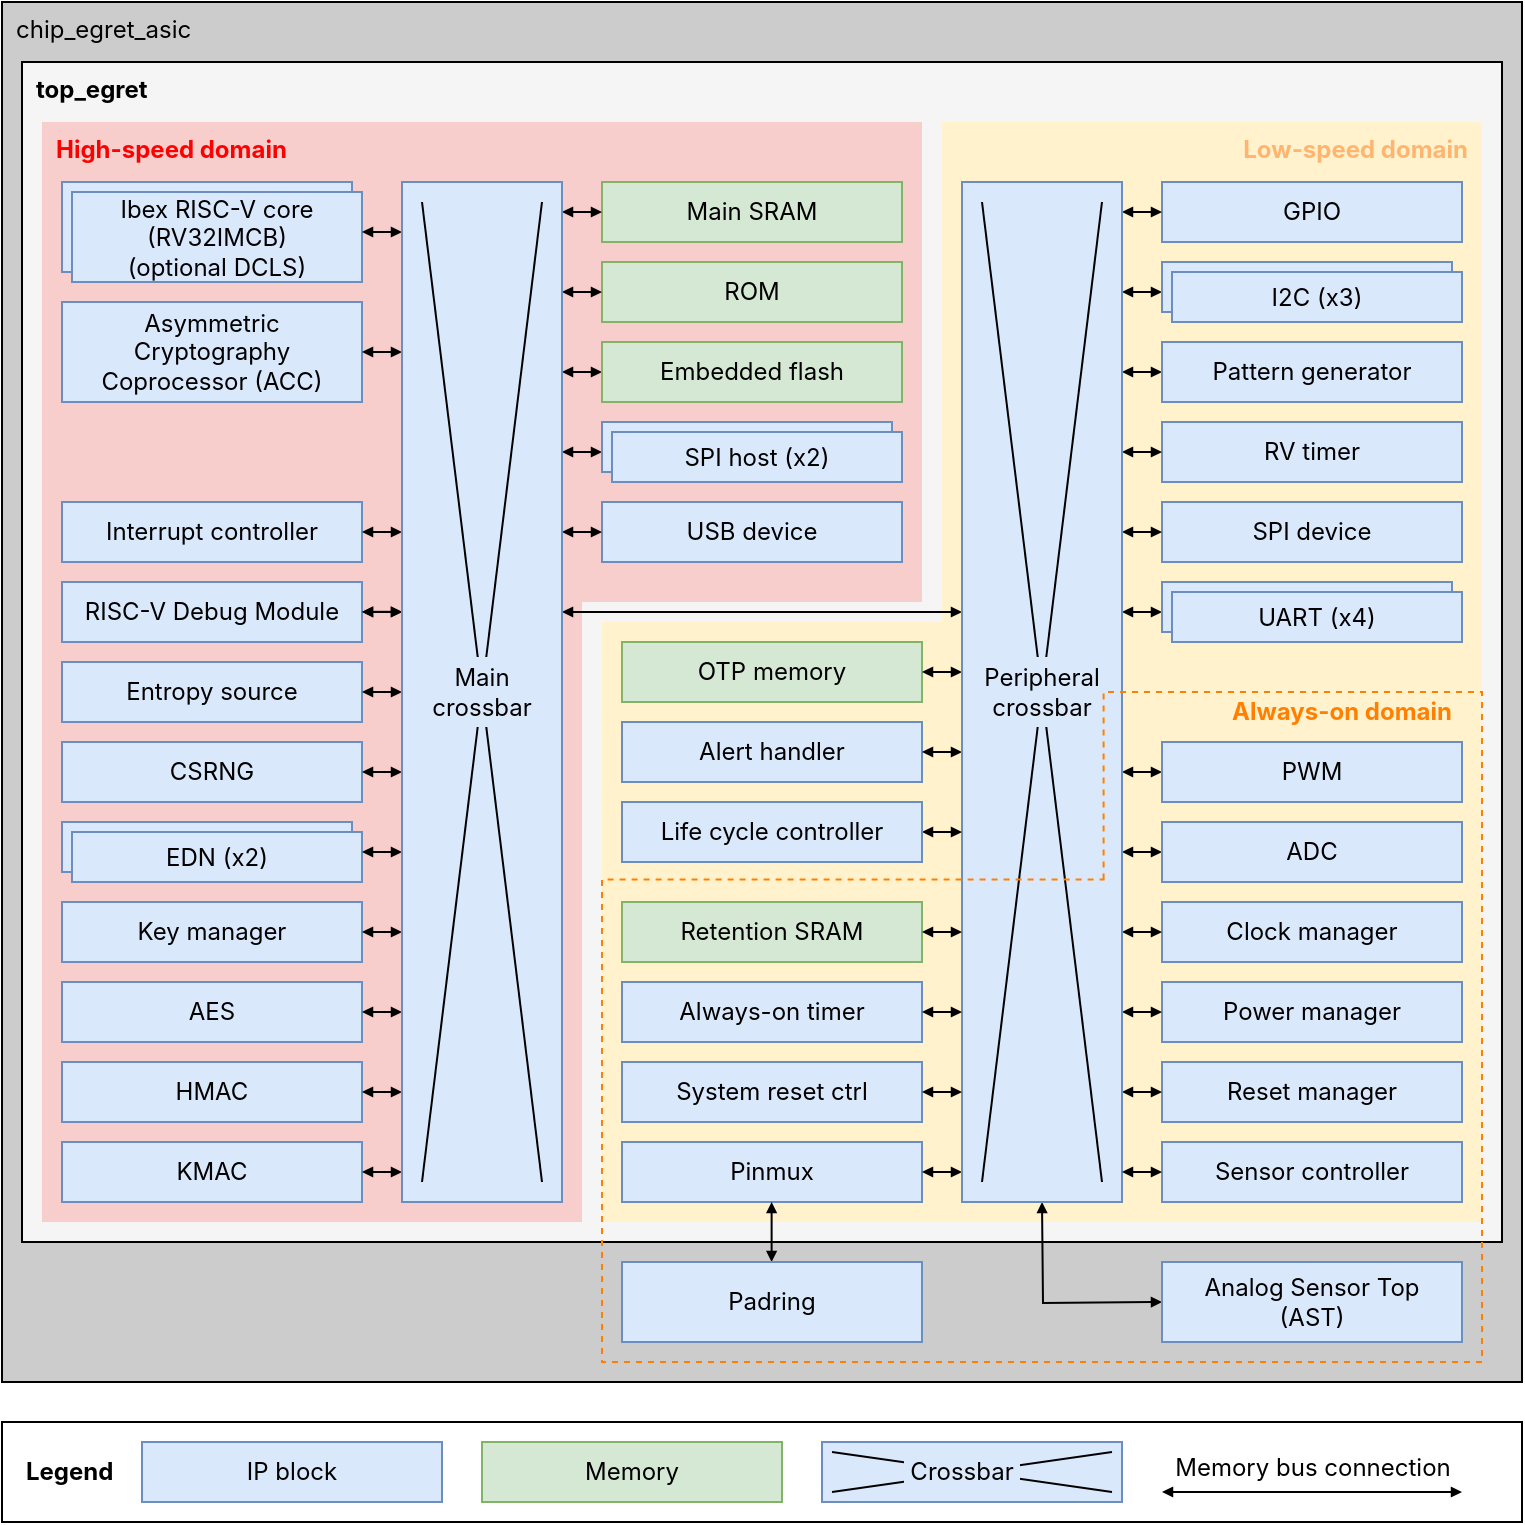
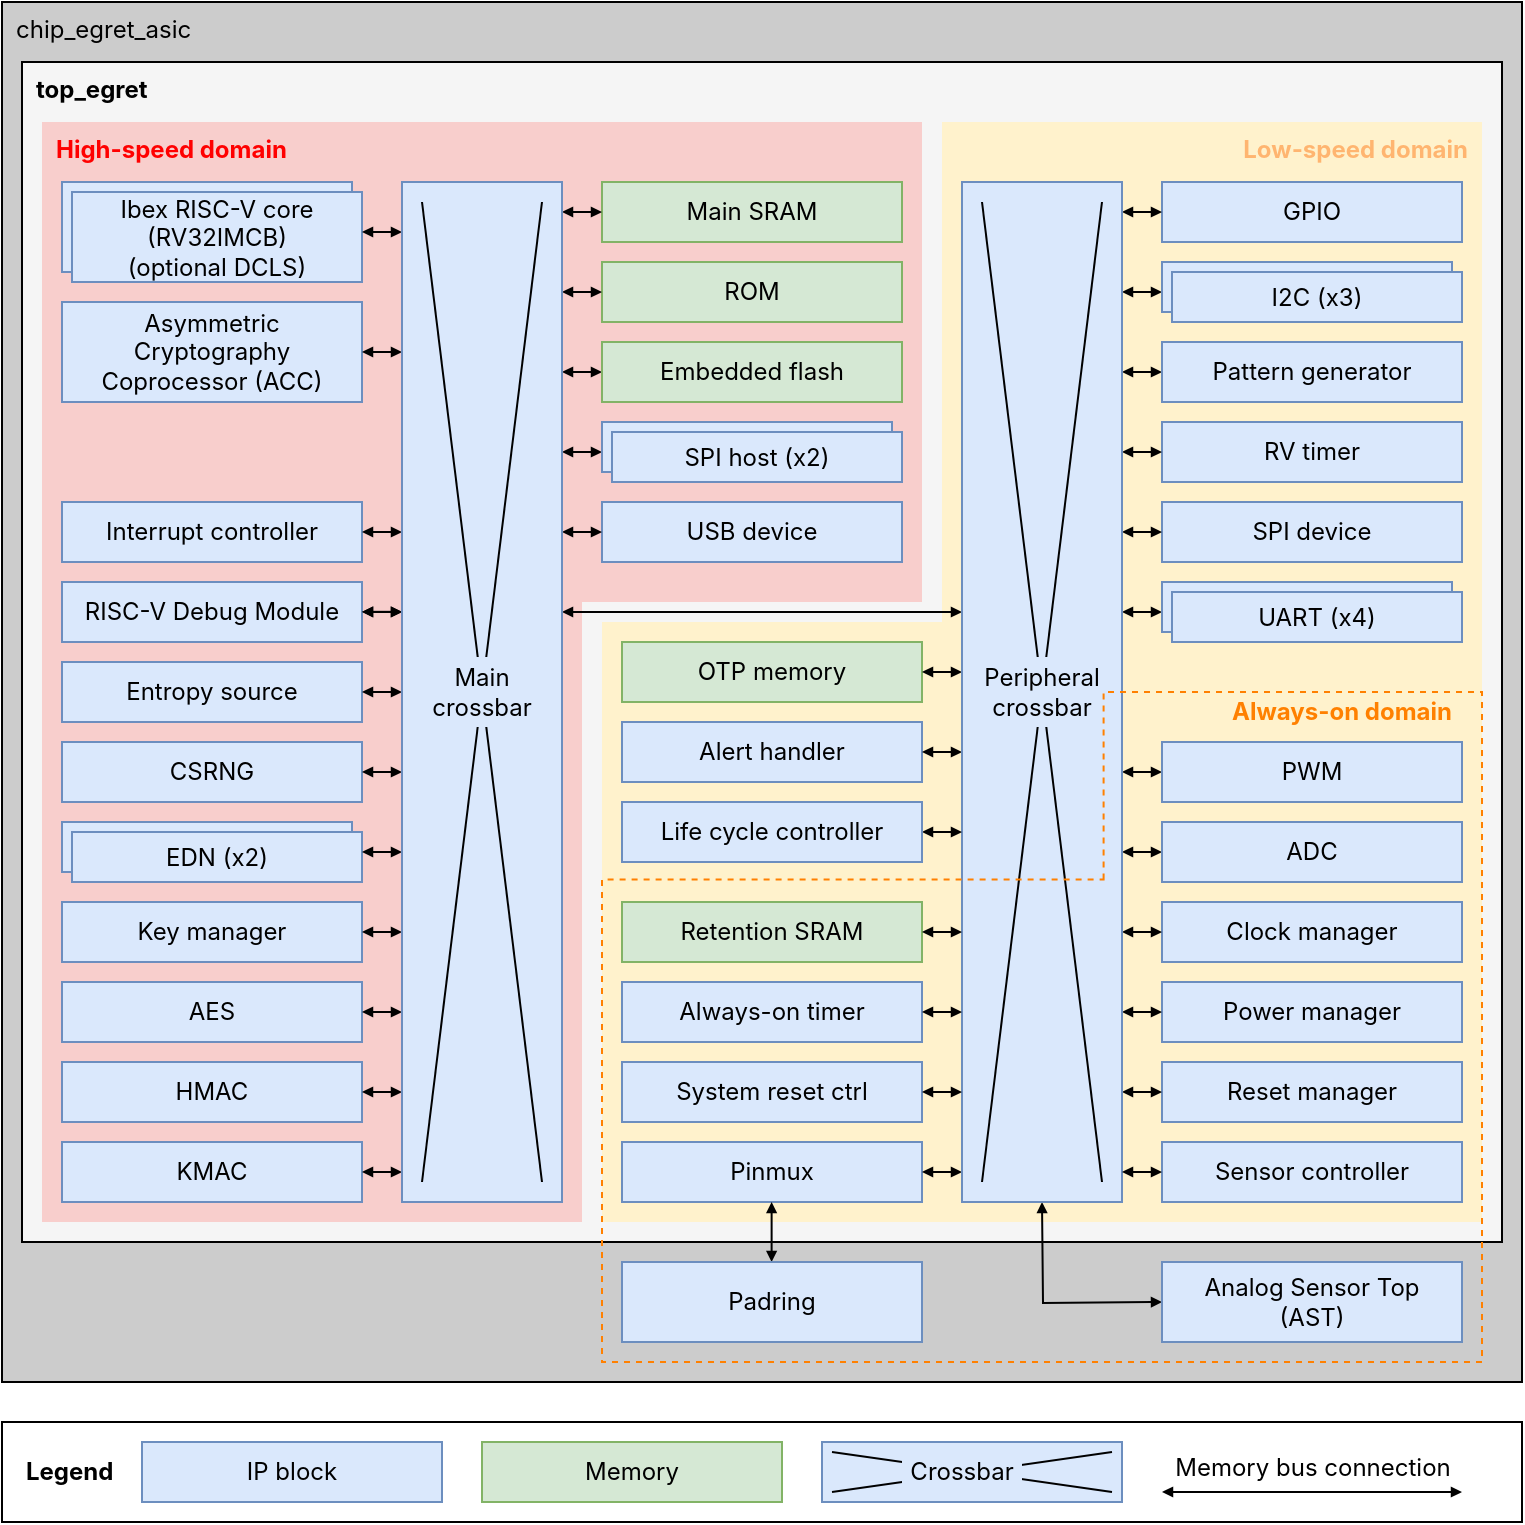
<mxfile host="app.diagrams.net">
  <diagram name="Page-1" id="MSztbGPcqC1q82uuUvVW">
-     <mxGraphModel dx="1010" dy="639" grid="1" gridSize="10" guides="1" tooltips="1" connect="0" arrows="0" fold="1" page="1" pageScale="1" pageWidth="1100" pageHeight="850" math="0" shadow="0">
+     <mxGraphModel dx="1414" dy="894" grid="1" gridSize="10" guides="1" tooltips="1" connect="0" arrows="0" fold="1" page="1" pageScale="1" pageWidth="1100" pageHeight="850" math="0" shadow="0">
      <root>
        <mxCell id="0" />
        <mxCell id="1" parent="0" />
        <mxCell id="y9GF8haSMmf8SIC3IKub-145" parent="1" style="rounded=0;whiteSpace=wrap;html=1;fontFamily=Inter;fontSize=12;fontColor=default;labelBackgroundColor=none;align=left;verticalAlign=top;spacingLeft=5;fillColor=#CCCCCC;fontSource=https%3A%2F%2Ffonts.googleapis.com%2Fcss%3Ffamily%3DInter;" value="chip_egret_asic" vertex="1">
          <mxGeometry height="690" width="760" x="40" y="40" as="geometry" />
        </mxCell>
        <mxCell id="y9GF8haSMmf8SIC3IKub-144" parent="1" style="rounded=0;whiteSpace=wrap;html=1;fontFamily=Inter;fontSize=12;fontColor=default;labelBackgroundColor=none;align=left;verticalAlign=top;spacingLeft=5;fillColor=#F5F5F5;fontSource=https%3A%2F%2Ffonts.googleapis.com%2Fcss%3Ffamily%3DInter;" value="&lt;div align=&quot;left&quot;&gt;&lt;b&gt;top_egret&lt;/b&gt;&lt;/div&gt;" vertex="1">
          <mxGeometry height="590" width="740" x="50" y="70" as="geometry" />
        </mxCell>
        <mxCell id="y9GF8haSMmf8SIC3IKub-72" parent="1" style="rounded=0;whiteSpace=wrap;html=1;fontFamily=Inter;fontSize=11;labelBackgroundColor=default;fillColor=#fff2cc;strokeColor=none;fontSource=https%3A%2F%2Ffonts.googleapis.com%2Fcss%3Ffamily%3DInter;" value="" vertex="1">
          <mxGeometry height="300" width="440" x="340" y="350" as="geometry" />
        </mxCell>
        <mxCell id="y9GF8haSMmf8SIC3IKub-71" parent="1" style="rounded=0;whiteSpace=wrap;html=1;fontFamily=Inter;fontSize=12;labelBackgroundColor=none;align=right;verticalAlign=top;spacingRight=5;fontStyle=1;fontSource=https%3A%2F%2Ffonts.googleapis.com%2Fcss%3Ffamily%3DInter;fillColor=#fff2cc;strokeColor=none;fontColor=#FFB570;" value="&lt;div align=&quot;right&quot;&gt;Low-speed domain&lt;/div&gt;" vertex="1">
          <mxGeometry height="250" width="270" x="510" y="100" as="geometry" />
        </mxCell>
        <mxCell id="y9GF8haSMmf8SIC3IKub-55" parent="1" style="rounded=0;whiteSpace=wrap;html=1;fontFamily=Inter;fontSize=12;labelBackgroundColor=none;align=left;imageVerticalAlign=middle;verticalAlign=top;fillColor=#f8cecc;strokeColor=none;fontColor=#FF0000;spacingLeft=5;spacingTop=0;fontSource=https%3A%2F%2Ffonts.googleapis.com%2Fcss%3Ffamily%3DInter;" value="&lt;div align=&quot;left&quot;&gt;&lt;br&gt;&lt;/div&gt;" vertex="1">
          <mxGeometry height="320" width="270" x="60" y="330" as="geometry" />
        </mxCell>
        <mxCell id="y9GF8haSMmf8SIC3IKub-53" parent="1" style="rounded=0;whiteSpace=wrap;html=1;fontFamily=Inter;fontSize=12;labelBackgroundColor=none;align=left;imageVerticalAlign=middle;verticalAlign=top;fillColor=#f8cecc;strokeColor=none;fontColor=#FF0000;spacingLeft=5;spacingTop=0;fontSource=https%3A%2F%2Ffonts.googleapis.com%2Fcss%3Ffamily%3DInter;" value="&lt;div align=&quot;left&quot;&gt;&lt;b&gt;&lt;font data-font-src=&quot;https://fonts.googleapis.com/css?family=Inter&quot;&gt;High-speed domain&lt;/font&gt;&lt;/b&gt;&lt;/div&gt;" vertex="1">
          <mxGeometry height="240" width="440" x="60" y="100" as="geometry" />
        </mxCell>
        <mxCell id="y9GF8haSMmf8SIC3IKub-6" parent="1" style="whiteSpace=wrap;html=1;container=0;dropTarget=0;portConstraint=none;fontFamily=Inter;fontSource=https%3A%2F%2Ffonts.googleapis.com%2Fcss%3Ffamily%3DInter;spacing=2;groupPadding=0;rounded=0;perimeterSpacing=0;perimeter=rectanglePerimeter;fillColor=#dae8fc;strokeColor=#6c8ebf;" value="RISC-V Debug Module" vertex="1">
          <mxGeometry height="30" width="150" x="70" y="330" as="geometry" />
        </mxCell>
        <mxCell id="y9GF8haSMmf8SIC3IKub-9" parent="1" style="whiteSpace=wrap;html=1;container=0;dropTarget=0;portConstraint=none;fontFamily=Inter;fontSource=https%3A%2F%2Ffonts.googleapis.com%2Fcss%3Ffamily%3DInter;spacing=2;groupPadding=0;rounded=0;perimeterSpacing=0;perimeter=rectanglePerimeter;fillColor=#dae8fc;strokeColor=#6c8ebf;" value="USB device" vertex="1">
          <mxGeometry height="30" width="150" x="340" y="290" as="geometry" />
        </mxCell>
        <mxCell id="y9GF8haSMmf8SIC3IKub-11" parent="1" style="whiteSpace=wrap;html=1;container=0;dropTarget=0;portConstraint=none;fontFamily=Inter;fontSource=https%3A%2F%2Ffonts.googleapis.com%2Fcss%3Ffamily%3DInter;spacing=2;groupPadding=0;rounded=0;perimeterSpacing=0;perimeter=rectanglePerimeter;fillColor=#dae8fc;strokeColor=#6c8ebf;" value="CSRNG" vertex="1">
          <mxGeometry height="30" width="150" x="70" y="410" as="geometry" />
        </mxCell>
        <mxCell id="y9GF8haSMmf8SIC3IKub-14" parent="1" style="whiteSpace=wrap;html=1;container=0;dropTarget=0;portConstraint=none;fontFamily=Inter;fontSource=https%3A%2F%2Ffonts.googleapis.com%2Fcss%3Ffamily%3DInter;spacing=2;groupPadding=0;rounded=0;perimeterSpacing=0;perimeter=rectanglePerimeter;fillColor=#dae8fc;strokeColor=#6c8ebf;" value="Key manager" vertex="1">
          <mxGeometry height="30" width="150" x="70" y="490" as="geometry" />
        </mxCell>
        <mxCell id="y9GF8haSMmf8SIC3IKub-15" parent="1" style="whiteSpace=wrap;html=1;container=0;dropTarget=0;portConstraint=none;fontFamily=Inter;fontSource=https%3A%2F%2Ffonts.googleapis.com%2Fcss%3Ffamily%3DInter;spacing=2;groupPadding=0;rounded=0;perimeterSpacing=0;perimeter=rectanglePerimeter;fillColor=#dae8fc;strokeColor=#6c8ebf;" value="AES" vertex="1">
          <mxGeometry height="30" width="150" x="70" y="530" as="geometry" />
        </mxCell>
        <mxCell id="y9GF8haSMmf8SIC3IKub-16" parent="1" style="whiteSpace=wrap;html=1;container=0;dropTarget=0;portConstraint=none;fontFamily=Inter;fontSource=https%3A%2F%2Ffonts.googleapis.com%2Fcss%3Ffamily%3DInter;spacing=2;groupPadding=0;rounded=0;perimeterSpacing=0;perimeter=rectanglePerimeter;fillColor=#dae8fc;strokeColor=#6c8ebf;" value="HMAC" vertex="1">
          <mxGeometry height="30" width="150" x="70" y="570" as="geometry" />
        </mxCell>
        <mxCell id="y9GF8haSMmf8SIC3IKub-17" parent="1" style="whiteSpace=wrap;html=1;container=0;dropTarget=0;portConstraint=none;fontFamily=Inter;fontSource=https%3A%2F%2Ffonts.googleapis.com%2Fcss%3Ffamily%3DInter;spacing=2;groupPadding=0;rounded=0;perimeterSpacing=0;perimeter=rectanglePerimeter;fillColor=#dae8fc;strokeColor=#6c8ebf;" value="KMAC" vertex="1">
          <mxGeometry height="30" width="150" x="70" y="610" as="geometry" />
        </mxCell>
        <mxCell id="y9GF8haSMmf8SIC3IKub-18" parent="1" style="whiteSpace=wrap;html=1;container=0;dropTarget=0;portConstraint=none;fontFamily=Inter;fontSource=https%3A%2F%2Ffonts.googleapis.com%2Fcss%3Ffamily%3DInter;spacing=2;groupPadding=0;rounded=0;perimeterSpacing=0;perimeter=rectanglePerimeter;fillColor=#d5e8d4;strokeColor=#82b366;" value="Main SRAM" vertex="1">
          <mxGeometry height="30" width="150" x="340" y="130" as="geometry" />
        </mxCell>
        <mxCell id="y9GF8haSMmf8SIC3IKub-20" parent="1" style="whiteSpace=wrap;html=1;container=0;dropTarget=0;portConstraint=none;fontFamily=Inter;fontSource=https%3A%2F%2Ffonts.googleapis.com%2Fcss%3Ffamily%3DInter;spacing=2;groupPadding=0;rounded=0;perimeterSpacing=0;perimeter=rectanglePerimeter;fillColor=#dae8fc;strokeColor=#6c8ebf;" value="Interrupt controller" vertex="1">
          <mxGeometry height="30" width="150" x="70" y="290" as="geometry" />
        </mxCell>
        <mxCell id="y9GF8haSMmf8SIC3IKub-38" parent="1" style="whiteSpace=wrap;html=1;container=0;dropTarget=0;portConstraint=none;fontFamily=Inter;fontSource=https%3A%2F%2Ffonts.googleapis.com%2Fcss%3Ffamily%3DInter;spacing=2;groupPadding=0;rounded=0;perimeterSpacing=0;perimeter=rectanglePerimeter;fillColor=#d5e8d4;strokeColor=#82b366;" value="OTP memory" vertex="1">
          <mxGeometry height="30" width="150" x="350" y="360" as="geometry" />
        </mxCell>
        <mxCell id="y9GF8haSMmf8SIC3IKub-39" parent="1" style="whiteSpace=wrap;html=1;container=0;dropTarget=0;portConstraint=none;fontFamily=Inter;fontSource=https%3A%2F%2Ffonts.googleapis.com%2Fcss%3Ffamily%3DInter;spacing=2;groupPadding=0;rounded=0;perimeterSpacing=0;perimeter=rectanglePerimeter;fillColor=#dae8fc;strokeColor=#6c8ebf;" value="Alert handler" vertex="1">
          <mxGeometry height="30" width="150" x="350" y="400" as="geometry" />
        </mxCell>
        <mxCell id="y9GF8haSMmf8SIC3IKub-40" parent="1" style="whiteSpace=wrap;html=1;container=0;dropTarget=0;portConstraint=none;fontFamily=Inter;fontSource=https%3A%2F%2Ffonts.googleapis.com%2Fcss%3Ffamily%3DInter;spacing=2;groupPadding=0;rounded=0;perimeterSpacing=0;perimeter=rectanglePerimeter;fillColor=#dae8fc;strokeColor=#6c8ebf;" value="Pinmux" vertex="1">
          <mxGeometry height="30" width="150" x="350" y="610" as="geometry" />
        </mxCell>
        <mxCell id="y9GF8haSMmf8SIC3IKub-52" parent="1" style="whiteSpace=wrap;html=1;container=0;dropTarget=0;portConstraint=none;fontFamily=Inter;fontSource=https%3A%2F%2Ffonts.googleapis.com%2Fcss%3Ffamily%3DInter;spacing=2;groupPadding=0;rounded=0;perimeterSpacing=0;perimeter=rectanglePerimeter;fillColor=#d5e8d4;strokeColor=#82b366;" value="ROM" vertex="1">
          <mxGeometry height="30" width="150" x="340" y="170" as="geometry" />
        </mxCell>
        <mxCell id="y9GF8haSMmf8SIC3IKub-1" parent="1" style="whiteSpace=wrap;html=1;container=0;dropTarget=0;portConstraint=none;fontFamily=Inter;fontSource=https%3A%2F%2Ffonts.googleapis.com%2Fcss%3Ffamily%3DInter;spacing=2;groupPadding=0;rounded=0;perimeterSpacing=0;perimeter=rectanglePerimeter;fillColor=#dae8fc;strokeColor=#6c8ebf;" value="Asymmetric Cryptography Coprocessor (ACC)" vertex="1">
          <mxGeometry height="50" width="150" x="70" y="190" as="geometry" />
        </mxCell>
        <mxCell id="y9GF8haSMmf8SIC3IKub-57" parent="1" style="whiteSpace=wrap;html=1;container=0;dropTarget=0;portConstraint=none;fontFamily=Inter;fontSource=https%3A%2F%2Ffonts.googleapis.com%2Fcss%3Ffamily%3DInter;spacing=2;groupPadding=0;rounded=0;perimeterSpacing=0;perimeter=rectanglePerimeter;fillColor=#dae8fc;strokeColor=#6c8ebf;" value="GPIO" vertex="1">
          <mxGeometry height="30" width="150" x="620" y="130" as="geometry" />
        </mxCell>
        <mxCell id="y9GF8haSMmf8SIC3IKub-61" parent="1" style="whiteSpace=wrap;html=1;container=0;dropTarget=0;portConstraint=none;fontFamily=Inter;fontSource=https%3A%2F%2Ffonts.googleapis.com%2Fcss%3Ffamily%3DInter;spacing=2;groupPadding=0;rounded=0;perimeterSpacing=0;perimeter=rectanglePerimeter;fillColor=#dae8fc;strokeColor=#6c8ebf;" value="SPI device" vertex="1">
          <mxGeometry height="30" width="150" x="620" y="290" as="geometry" />
        </mxCell>
        <mxCell id="y9GF8haSMmf8SIC3IKub-64" parent="1" style="whiteSpace=wrap;html=1;container=0;dropTarget=0;portConstraint=none;fontFamily=Inter;fontSource=https%3A%2F%2Ffonts.googleapis.com%2Fcss%3Ffamily%3DInter;spacing=2;groupPadding=0;rounded=0;perimeterSpacing=0;perimeter=rectanglePerimeter;fillColor=#dae8fc;strokeColor=#6c8ebf;" value="RV timer" vertex="1">
          <mxGeometry height="30" width="150" x="620" y="250" as="geometry" />
        </mxCell>
        <mxCell id="y9GF8haSMmf8SIC3IKub-65" parent="1" style="whiteSpace=wrap;html=1;container=0;dropTarget=0;portConstraint=none;fontFamily=Inter;fontSource=https%3A%2F%2Ffonts.googleapis.com%2Fcss%3Ffamily%3DInter;spacing=2;groupPadding=0;rounded=0;perimeterSpacing=0;perimeter=rectanglePerimeter;fillColor=#d5e8d4;strokeColor=#82b366;" value="Retention SRAM" vertex="1">
          <mxGeometry height="30" width="150" x="350" y="490" as="geometry" />
        </mxCell>
        <mxCell id="y9GF8haSMmf8SIC3IKub-66" parent="1" style="whiteSpace=wrap;html=1;container=0;dropTarget=0;portConstraint=none;fontFamily=Inter;fontSource=https%3A%2F%2Ffonts.googleapis.com%2Fcss%3Ffamily%3DInter;spacing=2;groupPadding=0;rounded=0;perimeterSpacing=0;perimeter=rectanglePerimeter;fillColor=#dae8fc;strokeColor=#6c8ebf;" value="Reset manager" vertex="1">
          <mxGeometry height="30" width="150" x="620" y="570" as="geometry" />
        </mxCell>
        <mxCell id="y9GF8haSMmf8SIC3IKub-67" parent="1" style="whiteSpace=wrap;html=1;container=0;dropTarget=0;portConstraint=none;fontFamily=Inter;fontSource=https%3A%2F%2Ffonts.googleapis.com%2Fcss%3Ffamily%3DInter;spacing=2;groupPadding=0;rounded=0;perimeterSpacing=0;perimeter=rectanglePerimeter;fillColor=#dae8fc;strokeColor=#6c8ebf;" value="Power manager" vertex="1">
          <mxGeometry height="30" width="150" x="620" y="530" as="geometry" />
        </mxCell>
        <mxCell id="y9GF8haSMmf8SIC3IKub-68" parent="1" style="whiteSpace=wrap;html=1;container=0;dropTarget=0;portConstraint=none;fontFamily=Inter;fontSource=https%3A%2F%2Ffonts.googleapis.com%2Fcss%3Ffamily%3DInter;spacing=2;groupPadding=0;rounded=0;perimeterSpacing=0;perimeter=rectanglePerimeter;fillColor=#dae8fc;strokeColor=#6c8ebf;" value="Clock manager" vertex="1">
          <mxGeometry height="30" width="150" x="620" y="490" as="geometry" />
        </mxCell>
        <mxCell id="y9GF8haSMmf8SIC3IKub-69" parent="1" style="whiteSpace=wrap;html=1;container=0;dropTarget=0;portConstraint=none;fontFamily=Inter;fontSource=https%3A%2F%2Ffonts.googleapis.com%2Fcss%3Ffamily%3DInter;spacing=2;groupPadding=0;rounded=0;perimeterSpacing=0;perimeter=rectanglePerimeter;fillColor=#dae8fc;strokeColor=#6c8ebf;" value="Always-on timer" vertex="1">
          <mxGeometry height="30" width="150" x="350" y="530" as="geometry" />
        </mxCell>
        <mxCell id="y9GF8haSMmf8SIC3IKub-70" parent="1" style="text;html=1;whiteSpace=wrap;strokeColor=none;fillColor=none;align=center;verticalAlign=middle;rounded=0;fontFamily=Inter;fontSize=12;fontColor=#FF8000;labelBackgroundColor=none;fontStyle=1;fontSource=https%3A%2F%2Ffonts.googleapis.com%2Fcss%3Ffamily%3DInter;" value="Always-on domain" vertex="1">
          <mxGeometry height="20" width="120" x="650" y="385" as="geometry" />
        </mxCell>
        <mxCell id="y9GF8haSMmf8SIC3IKub-10" parent="1" style="whiteSpace=wrap;html=1;container=0;dropTarget=0;portConstraint=none;fontFamily=Inter;fontSource=https%3A%2F%2Ffonts.googleapis.com%2Fcss%3Ffamily%3DInter;spacing=2;groupPadding=0;rounded=0;perimeterSpacing=0;perimeter=rectanglePerimeter;fillColor=#dae8fc;strokeColor=#6c8ebf;" value="&lt;div&gt;Entropy source&lt;/div&gt;" vertex="1">
          <mxGeometry height="30" width="150" x="70" y="370" as="geometry" />
        </mxCell>
        <mxCell id="y9GF8haSMmf8SIC3IKub-22" connectable="0" parent="1" style="group;fontFamily=Inter;fontSource=https%3A%2F%2Ffonts.googleapis.com%2Fcss%3Ffamily%3DInter;" value="" vertex="1">
          <mxGeometry height="30" width="150" x="70" y="450" as="geometry" />
        </mxCell>
        <mxCell id="y9GF8haSMmf8SIC3IKub-12" parent="y9GF8haSMmf8SIC3IKub-22" style="whiteSpace=wrap;html=1;container=0;dropTarget=0;portConstraint=none;fontFamily=Inter;fontSource=https%3A%2F%2Ffonts.googleapis.com%2Fcss%3Ffamily%3DInter;spacing=2;groupPadding=0;rounded=0;perimeterSpacing=0;perimeter=rectanglePerimeter;fillColor=#dae8fc;strokeColor=#6c8ebf;" value="" vertex="1">
          <mxGeometry height="25" width="145" as="geometry" />
        </mxCell>
        <mxCell id="y9GF8haSMmf8SIC3IKub-13" parent="y9GF8haSMmf8SIC3IKub-22" style="whiteSpace=wrap;html=1;container=0;dropTarget=0;portConstraint=none;fontFamily=Inter;fontSource=https%3A%2F%2Ffonts.googleapis.com%2Fcss%3Ffamily%3DInter;spacing=2;groupPadding=0;rounded=0;perimeterSpacing=0;perimeter=rectanglePerimeter;fillColor=#dae8fc;strokeColor=#6c8ebf;" value="EDN (x2)" vertex="1">
          <mxGeometry height="25" width="145" x="5" y="5" as="geometry" />
        </mxCell>
        <mxCell id="y9GF8haSMmf8SIC3IKub-75" connectable="0" parent="1" style="group;fontFamily=Inter;fontSource=https%3A%2F%2Ffonts.googleapis.com%2Fcss%3Ffamily%3DInter;" value="" vertex="1">
          <mxGeometry height="50" width="150" x="70" y="130" as="geometry" />
        </mxCell>
        <mxCell id="y9GF8haSMmf8SIC3IKub-7" parent="y9GF8haSMmf8SIC3IKub-75" style="rounded=0;whiteSpace=wrap;html=1;fontFamily=Inter;fontSource=https%3A%2F%2Ffonts.googleapis.com%2Fcss%3Ffamily%3DInter;fillColor=#dae8fc;strokeColor=#6c8ebf;" value="" vertex="1">
          <mxGeometry height="45" width="145" as="geometry" />
        </mxCell>
        <mxCell id="y9GF8haSMmf8SIC3IKub-4" parent="y9GF8haSMmf8SIC3IKub-75" style="rounded=0;whiteSpace=wrap;html=1;fontFamily=Inter;fontSource=https%3A%2F%2Ffonts.googleapis.com%2Fcss%3Ffamily%3DInter;fillColor=#dae8fc;strokeColor=#6c8ebf;" value="&lt;div&gt;Ibex RISC-V core&lt;/div&gt;&lt;div&gt;(RV32IMCB)&lt;/div&gt;&lt;div&gt;(optional DCLS)&lt;/div&gt;" vertex="1">
          <mxGeometry height="45" width="145" x="5" y="5" as="geometry" />
        </mxCell>
        <mxCell id="y9GF8haSMmf8SIC3IKub-76" edge="1" parent="1" style="endArrow=block;startArrow=block;html=1;rounded=1;strokeColor=default;align=center;verticalAlign=middle;fontFamily=Inter;fontSize=11;fontColor=default;labelBackgroundColor=default;startSize=3;endSize=3;startFill=1;endFill=1;fontSource=https%3A%2F%2Ffonts.googleapis.com%2Fcss%3Ffamily%3DInter;" value="">
          <mxGeometry height="50" relative="1" width="50" as="geometry">
            <mxPoint x="320" y="344.9999999999999" as="sourcePoint" />
            <mxPoint x="520" y="344.9999999999999" as="targetPoint" />
          </mxGeometry>
        </mxCell>
        <mxCell id="y9GF8haSMmf8SIC3IKub-88" edge="1" parent="1" style="endArrow=block;startArrow=block;html=1;rounded=1;strokeColor=default;align=center;verticalAlign=middle;fontFamily=Inter;fontSize=11;fontColor=default;labelBackgroundColor=default;startSize=3;endSize=3;startFill=1;endFill=1;entryX=0;entryY=0.545;entryDx=0;entryDy=0;entryPerimeter=0;fontSource=https%3A%2F%2Ffonts.googleapis.com%2Fcss%3Ffamily%3DInter;" value="">
          <mxGeometry height="50" relative="1" width="50" as="geometry">
            <mxPoint x="220" y="465" as="sourcePoint" />
            <mxPoint x="240" y="465" as="targetPoint" />
          </mxGeometry>
        </mxCell>
        <mxCell id="y9GF8haSMmf8SIC3IKub-89" edge="1" parent="1" style="endArrow=block;startArrow=block;html=1;rounded=1;strokeColor=default;align=center;verticalAlign=middle;fontFamily=Inter;fontSize=11;fontColor=default;labelBackgroundColor=default;startSize=3;endSize=3;startFill=1;endFill=1;entryX=0;entryY=0.545;entryDx=0;entryDy=0;entryPerimeter=0;fontSource=https%3A%2F%2Ffonts.googleapis.com%2Fcss%3Ffamily%3DInter;" value="">
          <mxGeometry height="50" relative="1" width="50" as="geometry">
            <mxPoint x="220" y="425" as="sourcePoint" />
            <mxPoint x="240" y="425" as="targetPoint" />
          </mxGeometry>
        </mxCell>
        <mxCell id="y9GF8haSMmf8SIC3IKub-91" edge="1" parent="1" style="endArrow=block;startArrow=block;html=1;rounded=1;strokeColor=default;align=center;verticalAlign=middle;fontFamily=Inter;fontSize=11;fontColor=default;labelBackgroundColor=default;startSize=3;endSize=3;startFill=1;endFill=1;entryX=0;entryY=0.545;entryDx=0;entryDy=0;entryPerimeter=0;fontSource=https%3A%2F%2Ffonts.googleapis.com%2Fcss%3Ffamily%3DInter;" value="">
          <mxGeometry height="50" relative="1" width="50" as="geometry">
            <mxPoint x="220" y="385" as="sourcePoint" />
            <mxPoint x="240" y="385" as="targetPoint" />
          </mxGeometry>
        </mxCell>
        <mxCell id="y9GF8haSMmf8SIC3IKub-92" edge="1" parent="1" style="endArrow=block;startArrow=block;html=1;rounded=1;strokeColor=default;align=center;verticalAlign=middle;fontFamily=Inter;fontSize=11;fontColor=default;labelBackgroundColor=default;startSize=3;endSize=3;startFill=1;endFill=1;entryX=0;entryY=0.545;entryDx=0;entryDy=0;entryPerimeter=0;fontSource=https%3A%2F%2Ffonts.googleapis.com%2Fcss%3Ffamily%3DInter;" value="">
          <mxGeometry height="50" relative="1" width="50" as="geometry">
            <mxPoint x="220" y="344.91" as="sourcePoint" />
            <mxPoint x="240" y="344.91" as="targetPoint" />
          </mxGeometry>
        </mxCell>
        <mxCell id="y9GF8haSMmf8SIC3IKub-93" edge="1" parent="1" style="endArrow=block;startArrow=block;html=1;rounded=1;strokeColor=default;align=center;verticalAlign=middle;fontFamily=Inter;fontSize=11;fontColor=default;labelBackgroundColor=default;startSize=3;endSize=3;startFill=1;endFill=1;entryX=0;entryY=0.545;entryDx=0;entryDy=0;entryPerimeter=0;fontSource=https%3A%2F%2Ffonts.googleapis.com%2Fcss%3Ffamily%3DInter;" value="">
          <mxGeometry height="50" relative="1" width="50" as="geometry">
            <mxPoint x="220" y="305" as="sourcePoint" />
            <mxPoint x="240" y="305" as="targetPoint" />
          </mxGeometry>
        </mxCell>
        <mxCell id="y9GF8haSMmf8SIC3IKub-95" edge="1" parent="1" style="endArrow=block;startArrow=block;html=1;rounded=1;strokeColor=default;align=center;verticalAlign=middle;fontFamily=Inter;fontSize=11;fontColor=default;labelBackgroundColor=default;startSize=3;endSize=3;startFill=1;endFill=1;entryX=0;entryY=0.545;entryDx=0;entryDy=0;entryPerimeter=0;fontSource=https%3A%2F%2Ffonts.googleapis.com%2Fcss%3Ffamily%3DInter;" value="">
          <mxGeometry height="50" relative="1" width="50" as="geometry">
            <mxPoint x="220" y="345" as="sourcePoint" />
            <mxPoint x="240" y="345" as="targetPoint" />
          </mxGeometry>
        </mxCell>
        <mxCell id="y9GF8haSMmf8SIC3IKub-97" edge="1" parent="1" style="endArrow=block;startArrow=block;html=1;rounded=1;strokeColor=default;align=center;verticalAlign=middle;fontFamily=Inter;fontSize=11;fontColor=default;labelBackgroundColor=default;startSize=3;endSize=3;startFill=1;endFill=1;entryX=0;entryY=0.545;entryDx=0;entryDy=0;entryPerimeter=0;fontSource=https%3A%2F%2Ffonts.googleapis.com%2Fcss%3Ffamily%3DInter;" value="">
          <mxGeometry height="50" relative="1" width="50" as="geometry">
            <mxPoint x="220" y="215" as="sourcePoint" />
            <mxPoint x="240" y="215" as="targetPoint" />
          </mxGeometry>
        </mxCell>
        <mxCell id="y9GF8haSMmf8SIC3IKub-98" edge="1" parent="1" style="endArrow=block;startArrow=block;html=1;rounded=1;strokeColor=default;align=center;verticalAlign=middle;fontFamily=Inter;fontSize=11;fontColor=default;labelBackgroundColor=default;startSize=3;endSize=3;startFill=1;endFill=1;entryX=0;entryY=0.545;entryDx=0;entryDy=0;entryPerimeter=0;fontSource=https%3A%2F%2Ffonts.googleapis.com%2Fcss%3Ffamily%3DInter;" value="">
          <mxGeometry height="50" relative="1" width="50" as="geometry">
            <mxPoint x="220" y="155" as="sourcePoint" />
            <mxPoint x="240" y="155" as="targetPoint" />
          </mxGeometry>
        </mxCell>
        <mxCell id="y9GF8haSMmf8SIC3IKub-101" edge="1" parent="1" style="endArrow=block;startArrow=block;html=1;rounded=1;strokeColor=default;align=center;verticalAlign=middle;fontFamily=Inter;fontSize=11;fontColor=default;labelBackgroundColor=default;startSize=3;endSize=3;startFill=1;endFill=1;entryX=0;entryY=0.545;entryDx=0;entryDy=0;entryPerimeter=0;fontSource=https%3A%2F%2Ffonts.googleapis.com%2Fcss%3Ffamily%3DInter;" value="">
          <mxGeometry height="50" relative="1" width="50" as="geometry">
            <mxPoint x="320" y="145" as="sourcePoint" />
            <mxPoint x="340" y="145" as="targetPoint" />
          </mxGeometry>
        </mxCell>
        <mxCell id="y9GF8haSMmf8SIC3IKub-102" edge="1" parent="1" style="endArrow=block;startArrow=block;html=1;rounded=1;strokeColor=default;align=center;verticalAlign=middle;fontFamily=Inter;fontSize=11;fontColor=default;labelBackgroundColor=default;startSize=3;endSize=3;startFill=1;endFill=1;entryX=0;entryY=0.545;entryDx=0;entryDy=0;entryPerimeter=0;fontSource=https%3A%2F%2Ffonts.googleapis.com%2Fcss%3Ffamily%3DInter;" value="">
          <mxGeometry height="50" relative="1" width="50" as="geometry">
            <mxPoint x="320" y="185" as="sourcePoint" />
            <mxPoint x="340" y="185" as="targetPoint" />
          </mxGeometry>
        </mxCell>
        <mxCell id="y9GF8haSMmf8SIC3IKub-103" edge="1" parent="1" style="endArrow=block;startArrow=block;html=1;rounded=1;strokeColor=default;align=center;verticalAlign=middle;fontFamily=Inter;fontSize=11;fontColor=default;labelBackgroundColor=default;startSize=3;endSize=3;startFill=1;endFill=1;entryX=0;entryY=0.545;entryDx=0;entryDy=0;entryPerimeter=0;fontSource=https%3A%2F%2Ffonts.googleapis.com%2Fcss%3Ffamily%3DInter;" value="">
          <mxGeometry height="50" relative="1" width="50" as="geometry">
            <mxPoint x="320" y="225" as="sourcePoint" />
            <mxPoint x="340" y="225" as="targetPoint" />
          </mxGeometry>
        </mxCell>
        <mxCell id="y9GF8haSMmf8SIC3IKub-104" edge="1" parent="1" style="endArrow=block;startArrow=block;html=1;rounded=1;strokeColor=default;align=center;verticalAlign=middle;fontFamily=Inter;fontSize=11;fontColor=default;labelBackgroundColor=default;startSize=3;endSize=3;startFill=1;endFill=1;entryX=0;entryY=0.545;entryDx=0;entryDy=0;entryPerimeter=0;fontSource=https%3A%2F%2Ffonts.googleapis.com%2Fcss%3Ffamily%3DInter;" value="">
          <mxGeometry height="50" relative="1" width="50" as="geometry">
            <mxPoint x="320" y="265" as="sourcePoint" />
            <mxPoint x="340" y="265" as="targetPoint" />
          </mxGeometry>
        </mxCell>
        <mxCell id="y9GF8haSMmf8SIC3IKub-105" edge="1" parent="1" style="endArrow=block;startArrow=block;html=1;rounded=1;strokeColor=default;align=center;verticalAlign=middle;fontFamily=Inter;fontSize=11;fontColor=default;labelBackgroundColor=default;startSize=3;endSize=3;startFill=1;endFill=1;entryX=0;entryY=0.545;entryDx=0;entryDy=0;entryPerimeter=0;fontSource=https%3A%2F%2Ffonts.googleapis.com%2Fcss%3Ffamily%3DInter;" value="">
          <mxGeometry height="50" relative="1" width="50" as="geometry">
            <mxPoint x="320" y="305" as="sourcePoint" />
            <mxPoint x="340" y="305" as="targetPoint" />
          </mxGeometry>
        </mxCell>
        <mxCell id="y9GF8haSMmf8SIC3IKub-111" edge="1" parent="1" style="endArrow=block;startArrow=block;html=1;rounded=1;strokeColor=default;align=center;verticalAlign=middle;fontFamily=Inter;fontSize=11;fontColor=default;labelBackgroundColor=default;startSize=3;endSize=3;startFill=1;endFill=1;entryX=0;entryY=0.545;entryDx=0;entryDy=0;entryPerimeter=0;fontSource=https%3A%2F%2Ffonts.googleapis.com%2Fcss%3Ffamily%3DInter;" value="">
          <mxGeometry height="50" relative="1" width="50" as="geometry">
            <mxPoint x="600" y="185" as="sourcePoint" />
            <mxPoint x="620" y="185" as="targetPoint" />
          </mxGeometry>
        </mxCell>
        <mxCell id="y9GF8haSMmf8SIC3IKub-112" edge="1" parent="1" style="endArrow=block;startArrow=block;html=1;rounded=1;strokeColor=default;align=center;verticalAlign=middle;fontFamily=Inter;fontSize=11;fontColor=default;labelBackgroundColor=default;startSize=3;endSize=3;startFill=1;endFill=1;entryX=0;entryY=0.545;entryDx=0;entryDy=0;entryPerimeter=0;fontSource=https%3A%2F%2Ffonts.googleapis.com%2Fcss%3Ffamily%3DInter;" value="">
          <mxGeometry height="50" relative="1" width="50" as="geometry">
            <mxPoint x="600" y="145" as="sourcePoint" />
            <mxPoint x="620" y="145" as="targetPoint" />
          </mxGeometry>
        </mxCell>
        <mxCell id="y9GF8haSMmf8SIC3IKub-113" edge="1" parent="1" style="endArrow=block;startArrow=block;html=1;rounded=1;strokeColor=default;align=center;verticalAlign=middle;fontFamily=Inter;fontSize=11;fontColor=default;labelBackgroundColor=default;startSize=3;endSize=3;startFill=1;endFill=1;entryX=0;entryY=0.545;entryDx=0;entryDy=0;entryPerimeter=0;fontSource=https%3A%2F%2Ffonts.googleapis.com%2Fcss%3Ffamily%3DInter;" value="">
          <mxGeometry height="50" relative="1" width="50" as="geometry">
            <mxPoint x="600" y="225" as="sourcePoint" />
            <mxPoint x="620" y="225" as="targetPoint" />
          </mxGeometry>
        </mxCell>
        <mxCell id="y9GF8haSMmf8SIC3IKub-114" edge="1" parent="1" style="endArrow=block;startArrow=block;html=1;rounded=1;strokeColor=default;align=center;verticalAlign=middle;fontFamily=Inter;fontSize=11;fontColor=default;labelBackgroundColor=default;startSize=3;endSize=3;startFill=1;endFill=1;entryX=0;entryY=0.545;entryDx=0;entryDy=0;entryPerimeter=0;fontSource=https%3A%2F%2Ffonts.googleapis.com%2Fcss%3Ffamily%3DInter;" value="">
          <mxGeometry height="50" relative="1" width="50" as="geometry">
            <mxPoint x="600" y="265" as="sourcePoint" />
            <mxPoint x="620" y="265" as="targetPoint" />
          </mxGeometry>
        </mxCell>
        <mxCell id="y9GF8haSMmf8SIC3IKub-115" edge="1" parent="1" style="endArrow=block;startArrow=block;html=1;rounded=1;strokeColor=default;align=center;verticalAlign=middle;fontFamily=Inter;fontSize=11;fontColor=default;labelBackgroundColor=default;startSize=3;endSize=3;startFill=1;endFill=1;entryX=0;entryY=0.545;entryDx=0;entryDy=0;entryPerimeter=0;fontSource=https%3A%2F%2Ffonts.googleapis.com%2Fcss%3Ffamily%3DInter;" value="">
          <mxGeometry height="50" relative="1" width="50" as="geometry">
            <mxPoint x="600" y="305" as="sourcePoint" />
            <mxPoint x="620" y="305" as="targetPoint" />
          </mxGeometry>
        </mxCell>
        <mxCell id="y9GF8haSMmf8SIC3IKub-116" edge="1" parent="1" style="endArrow=block;startArrow=block;html=1;rounded=1;strokeColor=default;align=center;verticalAlign=middle;fontFamily=Inter;fontSize=11;fontColor=default;labelBackgroundColor=default;startSize=3;endSize=3;startFill=1;endFill=1;entryX=0;entryY=0.545;entryDx=0;entryDy=0;entryPerimeter=0;fontSource=https%3A%2F%2Ffonts.googleapis.com%2Fcss%3Ffamily%3DInter;" value="">
          <mxGeometry height="50" relative="1" width="50" as="geometry">
            <mxPoint x="600" y="345" as="sourcePoint" />
            <mxPoint x="620" y="345" as="targetPoint" />
          </mxGeometry>
        </mxCell>
        <mxCell id="y9GF8haSMmf8SIC3IKub-119" edge="1" parent="1" style="endArrow=block;startArrow=block;html=1;rounded=1;strokeColor=default;align=center;verticalAlign=middle;fontFamily=Inter;fontSize=11;fontColor=default;labelBackgroundColor=default;startSize=3;endSize=3;startFill=1;endFill=1;entryX=0;entryY=0.545;entryDx=0;entryDy=0;entryPerimeter=0;fontSource=https%3A%2F%2Ffonts.googleapis.com%2Fcss%3Ffamily%3DInter;" value="">
          <mxGeometry height="50" relative="1" width="50" as="geometry">
            <mxPoint x="600" y="465" as="sourcePoint" />
            <mxPoint x="620" y="465" as="targetPoint" />
          </mxGeometry>
        </mxCell>
        <mxCell id="y9GF8haSMmf8SIC3IKub-120" edge="1" parent="1" style="endArrow=block;startArrow=block;html=1;rounded=1;strokeColor=default;align=center;verticalAlign=middle;fontFamily=Inter;fontSize=11;fontColor=default;labelBackgroundColor=default;startSize=3;endSize=3;startFill=1;endFill=1;entryX=0;entryY=0.545;entryDx=0;entryDy=0;entryPerimeter=0;fontSource=https%3A%2F%2Ffonts.googleapis.com%2Fcss%3Ffamily%3DInter;" value="">
          <mxGeometry height="50" relative="1" width="50" as="geometry">
            <mxPoint x="600" y="425" as="sourcePoint" />
            <mxPoint x="620" y="425" as="targetPoint" />
          </mxGeometry>
        </mxCell>
        <mxCell id="y9GF8haSMmf8SIC3IKub-121" edge="1" parent="1" style="endArrow=block;startArrow=block;html=1;rounded=1;strokeColor=default;align=center;verticalAlign=middle;fontFamily=Inter;fontSize=11;fontColor=default;labelBackgroundColor=default;startSize=3;endSize=3;startFill=1;endFill=1;entryX=0;entryY=0.545;entryDx=0;entryDy=0;entryPerimeter=0;fontSource=https%3A%2F%2Ffonts.googleapis.com%2Fcss%3Ffamily%3DInter;" value="">
          <mxGeometry height="50" relative="1" width="50" as="geometry">
            <mxPoint x="600" y="505" as="sourcePoint" />
            <mxPoint x="620" y="505" as="targetPoint" />
          </mxGeometry>
        </mxCell>
        <mxCell id="y9GF8haSMmf8SIC3IKub-122" edge="1" parent="1" style="endArrow=block;startArrow=block;html=1;rounded=1;strokeColor=default;align=center;verticalAlign=middle;fontFamily=Inter;fontSize=11;fontColor=default;labelBackgroundColor=default;startSize=3;endSize=3;startFill=1;endFill=1;entryX=0;entryY=0.545;entryDx=0;entryDy=0;entryPerimeter=0;fontSource=https%3A%2F%2Ffonts.googleapis.com%2Fcss%3Ffamily%3DInter;" value="">
          <mxGeometry height="50" relative="1" width="50" as="geometry">
            <mxPoint x="600" y="545" as="sourcePoint" />
            <mxPoint x="620" y="545" as="targetPoint" />
          </mxGeometry>
        </mxCell>
        <mxCell id="y9GF8haSMmf8SIC3IKub-123" edge="1" parent="1" style="endArrow=block;startArrow=block;html=1;rounded=1;strokeColor=default;align=center;verticalAlign=middle;fontFamily=Inter;fontSize=11;fontColor=default;labelBackgroundColor=default;startSize=3;endSize=3;startFill=1;endFill=1;entryX=0;entryY=0.545;entryDx=0;entryDy=0;entryPerimeter=0;fontSource=https%3A%2F%2Ffonts.googleapis.com%2Fcss%3Ffamily%3DInter;" value="">
          <mxGeometry height="50" relative="1" width="50" as="geometry">
            <mxPoint x="600" y="585" as="sourcePoint" />
            <mxPoint x="620" y="585" as="targetPoint" />
          </mxGeometry>
        </mxCell>
        <mxCell id="y9GF8haSMmf8SIC3IKub-125" edge="1" parent="1" style="endArrow=block;startArrow=block;html=1;rounded=1;strokeColor=default;align=center;verticalAlign=middle;fontFamily=Inter;fontSize=11;fontColor=default;labelBackgroundColor=default;startSize=3;endSize=3;startFill=1;endFill=1;entryX=0;entryY=0.545;entryDx=0;entryDy=0;entryPerimeter=0;fontSource=https%3A%2F%2Ffonts.googleapis.com%2Fcss%3Ffamily%3DInter;" value="">
          <mxGeometry height="50" relative="1" width="50" as="geometry">
            <mxPoint x="500" y="625" as="sourcePoint" />
            <mxPoint x="520" y="625" as="targetPoint" />
          </mxGeometry>
        </mxCell>
        <mxCell id="y9GF8haSMmf8SIC3IKub-126" edge="1" parent="1" style="endArrow=block;startArrow=block;html=1;rounded=1;strokeColor=default;align=center;verticalAlign=middle;fontFamily=Inter;fontSize=11;fontColor=default;labelBackgroundColor=default;startSize=3;endSize=3;startFill=1;endFill=1;entryX=0;entryY=0.545;entryDx=0;entryDy=0;entryPerimeter=0;fontSource=https%3A%2F%2Ffonts.googleapis.com%2Fcss%3Ffamily%3DInter;" value="">
          <mxGeometry height="50" relative="1" width="50" as="geometry">
            <mxPoint x="500" y="415" as="sourcePoint" />
            <mxPoint x="520" y="415" as="targetPoint" />
          </mxGeometry>
        </mxCell>
        <mxCell id="y9GF8haSMmf8SIC3IKub-127" edge="1" parent="1" style="endArrow=block;startArrow=block;html=1;rounded=1;strokeColor=default;align=center;verticalAlign=middle;fontFamily=Inter;fontSize=11;fontColor=default;labelBackgroundColor=default;startSize=3;endSize=3;startFill=1;endFill=1;entryX=0;entryY=0.545;entryDx=0;entryDy=0;entryPerimeter=0;fontSource=https%3A%2F%2Ffonts.googleapis.com%2Fcss%3Ffamily%3DInter;" value="">
          <mxGeometry height="50" relative="1" width="50" as="geometry">
            <mxPoint x="500" y="375" as="sourcePoint" />
            <mxPoint x="520" y="375" as="targetPoint" />
          </mxGeometry>
        </mxCell>
        <mxCell id="y9GF8haSMmf8SIC3IKub-165" edge="1" parent="1" style="edgeStyle=orthogonalEdgeStyle;shape=connector;rounded=0;orthogonalLoop=1;jettySize=auto;html=1;strokeColor=default;align=center;verticalAlign=middle;fontFamily=Inter;fontSize=11;fontColor=default;labelBackgroundColor=default;startArrow=block;startFill=1;startSize=3;endArrow=block;endFill=1;endSize=3;curved=0;fontSource=https%3A%2F%2Ffonts.googleapis.com%2Fcss%3Ffamily%3DInter;" value="">
          <mxGeometry relative="1" as="geometry">
            <mxPoint x="620" y="690" as="sourcePoint" />
            <mxPoint x="560" y="640" as="targetPoint" />
          </mxGeometry>
        </mxCell>
        <mxCell id="y9GF8haSMmf8SIC3IKub-162" parent="1" style="whiteSpace=wrap;html=1;container=0;dropTarget=0;portConstraint=none;fontFamily=Inter;fontSource=https%3A%2F%2Ffonts.googleapis.com%2Fcss%3Ffamily%3DInter;spacing=2;groupPadding=0;rounded=0;perimeterSpacing=0;perimeter=rectanglePerimeter;fillColor=#dae8fc;strokeColor=#6c8ebf;" value="&lt;div&gt;Analog Sensor Top&lt;/div&gt;&lt;div&gt;(AST)&lt;/div&gt;" vertex="1">
          <mxGeometry height="40" width="150" x="620" y="670" as="geometry" />
        </mxCell>
        <mxCell id="y9GF8haSMmf8SIC3IKub-163" edge="1" parent="1" style="endArrow=block;startArrow=block;html=1;rounded=1;strokeColor=default;align=center;verticalAlign=middle;fontFamily=Inter;fontSize=11;fontColor=default;labelBackgroundColor=default;startSize=3;endSize=3;startFill=1;endFill=1;fontSource=https%3A%2F%2Ffonts.googleapis.com%2Fcss%3Ffamily%3DInter;" value="">
          <mxGeometry height="50" relative="1" width="50" as="geometry">
            <mxPoint x="424.80999999999995" y="640" as="sourcePoint" />
            <mxPoint x="424.80999999999995" y="670" as="targetPoint" />
          </mxGeometry>
        </mxCell>
        <mxCell id="y9GF8haSMmf8SIC3IKub-161" parent="1" style="whiteSpace=wrap;html=1;container=0;dropTarget=0;portConstraint=none;fontFamily=Inter;fontSource=https%3A%2F%2Ffonts.googleapis.com%2Fcss%3Ffamily%3DInter;spacing=2;groupPadding=0;rounded=0;perimeterSpacing=0;perimeter=rectanglePerimeter;fillColor=#dae8fc;strokeColor=#6c8ebf;" value="Padring" vertex="1">
          <mxGeometry height="40" width="150" x="350" y="670" as="geometry" />
        </mxCell>
        <mxCell id="D8R_uKjdxQ-xpHn-K95G-1" parent="1" style="whiteSpace=wrap;html=1;container=0;dropTarget=0;portConstraint=none;fontFamily=Inter;fontSource=https%3A%2F%2Ffonts.googleapis.com%2Fcss%3Ffamily%3DInter;spacing=2;groupPadding=0;rounded=0;perimeterSpacing=0;perimeter=rectanglePerimeter;fillColor=#d5e8d4;strokeColor=#82b366;" value="Embedded flash" vertex="1">
          <mxGeometry height="30" width="150" x="340" y="210" as="geometry" />
        </mxCell>
        <mxCell id="D8R_uKjdxQ-xpHn-K95G-2" connectable="0" parent="1" style="group;fontFamily=Inter;fontSource=https%3A%2F%2Ffonts.googleapis.com%2Fcss%3Ffamily%3DInter;" value="" vertex="1">
          <mxGeometry height="30" width="150" x="340" y="250" as="geometry" />
        </mxCell>
        <mxCell id="D8R_uKjdxQ-xpHn-K95G-3" parent="D8R_uKjdxQ-xpHn-K95G-2" style="whiteSpace=wrap;html=1;container=0;dropTarget=0;portConstraint=none;fontFamily=Inter;fontSource=https%3A%2F%2Ffonts.googleapis.com%2Fcss%3Ffamily%3DInter;spacing=2;groupPadding=0;rounded=0;perimeterSpacing=0;perimeter=rectanglePerimeter;fillColor=#dae8fc;strokeColor=#6c8ebf;" value="" vertex="1">
          <mxGeometry height="25" width="145" as="geometry" />
        </mxCell>
        <mxCell id="D8R_uKjdxQ-xpHn-K95G-4" parent="D8R_uKjdxQ-xpHn-K95G-2" style="whiteSpace=wrap;html=1;container=0;dropTarget=0;portConstraint=none;fontFamily=Inter;fontSource=https%3A%2F%2Ffonts.googleapis.com%2Fcss%3Ffamily%3DInter;spacing=2;groupPadding=0;rounded=0;perimeterSpacing=0;perimeter=rectanglePerimeter;fillColor=#dae8fc;strokeColor=#6c8ebf;" value="SPI host (x2)" vertex="1">
          <mxGeometry height="25" width="145" x="5" y="5" as="geometry" />
        </mxCell>
        <mxCell id="D8R_uKjdxQ-xpHn-K95G-5" edge="1" parent="1" style="endArrow=block;startArrow=block;html=1;rounded=1;strokeColor=default;align=center;verticalAlign=middle;fontFamily=Inter;fontSize=11;fontColor=default;labelBackgroundColor=default;startSize=3;endSize=3;startFill=1;endFill=1;entryX=0;entryY=0.545;entryDx=0;entryDy=0;entryPerimeter=0;fontSource=https%3A%2F%2Ffonts.googleapis.com%2Fcss%3Ffamily%3DInter;" value="">
          <mxGeometry height="50" relative="1" width="50" as="geometry">
            <mxPoint x="220" y="505" as="sourcePoint" />
            <mxPoint x="240" y="505" as="targetPoint" />
          </mxGeometry>
        </mxCell>
        <mxCell id="D8R_uKjdxQ-xpHn-K95G-6" edge="1" parent="1" style="endArrow=block;startArrow=block;html=1;rounded=1;strokeColor=default;align=center;verticalAlign=middle;fontFamily=Inter;fontSize=11;fontColor=default;labelBackgroundColor=default;startSize=3;endSize=3;startFill=1;endFill=1;entryX=0;entryY=0.545;entryDx=0;entryDy=0;entryPerimeter=0;fontSource=https%3A%2F%2Ffonts.googleapis.com%2Fcss%3Ffamily%3DInter;" value="">
          <mxGeometry height="50" relative="1" width="50" as="geometry">
            <mxPoint x="220" y="545" as="sourcePoint" />
            <mxPoint x="240" y="545" as="targetPoint" />
          </mxGeometry>
        </mxCell>
        <mxCell id="D8R_uKjdxQ-xpHn-K95G-7" edge="1" parent="1" style="endArrow=block;startArrow=block;html=1;rounded=1;strokeColor=default;align=center;verticalAlign=middle;fontFamily=Inter;fontSize=11;fontColor=default;labelBackgroundColor=default;startSize=3;endSize=3;startFill=1;endFill=1;entryX=0;entryY=0.545;entryDx=0;entryDy=0;entryPerimeter=0;fontSource=https%3A%2F%2Ffonts.googleapis.com%2Fcss%3Ffamily%3DInter;" value="">
          <mxGeometry height="50" relative="1" width="50" as="geometry">
            <mxPoint x="220" y="585" as="sourcePoint" />
            <mxPoint x="240" y="585" as="targetPoint" />
          </mxGeometry>
        </mxCell>
        <mxCell id="D8R_uKjdxQ-xpHn-K95G-8" edge="1" parent="1" style="endArrow=block;startArrow=block;html=1;rounded=1;strokeColor=default;align=center;verticalAlign=middle;fontFamily=Inter;fontSize=11;fontColor=default;labelBackgroundColor=default;startSize=3;endSize=3;startFill=1;endFill=1;entryX=0;entryY=0.545;entryDx=0;entryDy=0;entryPerimeter=0;fontSource=https%3A%2F%2Ffonts.googleapis.com%2Fcss%3Ffamily%3DInter;" value="">
          <mxGeometry height="50" relative="1" width="50" as="geometry">
            <mxPoint x="220" y="625" as="sourcePoint" />
            <mxPoint x="240" y="625" as="targetPoint" />
          </mxGeometry>
        </mxCell>
        <mxCell id="y9GF8haSMmf8SIC3IKub-37" parent="1" style="rounded=0;whiteSpace=wrap;html=1;fontFamily=Inter;fontSource=https%3A%2F%2Ffonts.googleapis.com%2Fcss%3Ffamily%3DInter;fillColor=#dae8fc;strokeColor=#6c8ebf;" value="" vertex="1">
          <mxGeometry height="510" width="80" x="240" y="130" as="geometry" />
        </mxCell>
        <mxCell id="y9GF8haSMmf8SIC3IKub-131" edge="1" parent="1" style="endArrow=none;html=1;rounded=1;strokeColor=default;align=center;verticalAlign=middle;fontFamily=Inter;fontSize=11;fontColor=default;labelBackgroundColor=default;startSize=3;endSize=3;fontSource=https%3A%2F%2Ffonts.googleapis.com%2Fcss%3Ffamily%3DInter;" value="">
          <mxGeometry height="50" relative="1" width="50" as="geometry">
            <mxPoint x="250" y="630" as="sourcePoint" />
            <mxPoint x="310" y="140" as="targetPoint" />
          </mxGeometry>
        </mxCell>
        <mxCell id="y9GF8haSMmf8SIC3IKub-132" edge="1" parent="1" style="endArrow=none;html=1;rounded=1;strokeColor=default;align=center;verticalAlign=middle;fontFamily=Inter;fontSize=11;fontColor=default;labelBackgroundColor=default;startSize=3;endSize=3;fontSource=https%3A%2F%2Ffonts.googleapis.com%2Fcss%3Ffamily%3DInter;" value="">
          <mxGeometry height="50" relative="1" width="50" as="geometry">
            <mxPoint x="310" y="630" as="sourcePoint" />
            <mxPoint x="250" y="140" as="targetPoint" />
          </mxGeometry>
        </mxCell>
        <mxCell id="y9GF8haSMmf8SIC3IKub-133" parent="1" style="text;html=1;whiteSpace=wrap;strokeColor=none;fillColor=#DAE8FC;align=center;verticalAlign=middle;rounded=0;fontFamily=Inter;fontSize=12;fontColor=default;labelBackgroundColor=none;spacingBottom=0;fontSource=https%3A%2F%2Ffonts.googleapis.com%2Fcss%3Ffamily%3DInter;spacing=3;" value="Main crossbar" vertex="1">
          <mxGeometry height="35" width="60" x="250" y="367.5" as="geometry" />
        </mxCell>
        <mxCell id="D8R_uKjdxQ-xpHn-K95G-10" parent="1" style="whiteSpace=wrap;html=1;container=0;dropTarget=0;portConstraint=none;fontFamily=Inter;fontSource=https%3A%2F%2Ffonts.googleapis.com%2Fcss%3Ffamily%3DInter;spacing=2;groupPadding=0;rounded=0;perimeterSpacing=0;perimeter=rectanglePerimeter;fillColor=#dae8fc;strokeColor=#6c8ebf;" value="System reset ctrl" vertex="1">
          <mxGeometry height="30" width="150" x="350" y="570" as="geometry" />
        </mxCell>
        <mxCell id="D8R_uKjdxQ-xpHn-K95G-11" parent="1" style="whiteSpace=wrap;html=1;container=0;dropTarget=0;portConstraint=none;fontFamily=Inter;fontSource=https%3A%2F%2Ffonts.googleapis.com%2Fcss%3Ffamily%3DInter;spacing=2;groupPadding=0;rounded=0;perimeterSpacing=0;perimeter=rectanglePerimeter;fillColor=#dae8fc;strokeColor=#6c8ebf;" value="ADC" vertex="1">
          <mxGeometry height="30" width="150" x="620" y="450" as="geometry" />
        </mxCell>
        <mxCell id="D8R_uKjdxQ-xpHn-K95G-12" parent="1" style="whiteSpace=wrap;html=1;container=0;dropTarget=0;portConstraint=none;fontFamily=Inter;fontSource=https%3A%2F%2Ffonts.googleapis.com%2Fcss%3Ffamily%3DInter;spacing=2;groupPadding=0;rounded=0;perimeterSpacing=0;perimeter=rectanglePerimeter;fillColor=#dae8fc;strokeColor=#6c8ebf;" value="PWM" vertex="1">
          <mxGeometry height="30" width="150" x="620" y="410" as="geometry" />
        </mxCell>
        <mxCell id="D8R_uKjdxQ-xpHn-K95G-13" connectable="0" parent="1" style="group;fontFamily=Inter;fontSource=https%3A%2F%2Ffonts.googleapis.com%2Fcss%3Ffamily%3DInter;" value="" vertex="1">
          <mxGeometry height="30" width="150" x="620" y="170" as="geometry" />
        </mxCell>
        <mxCell id="D8R_uKjdxQ-xpHn-K95G-14" parent="D8R_uKjdxQ-xpHn-K95G-13" style="whiteSpace=wrap;html=1;container=0;dropTarget=0;portConstraint=none;fontFamily=Inter;fontSource=https%3A%2F%2Ffonts.googleapis.com%2Fcss%3Ffamily%3DInter;spacing=2;groupPadding=0;rounded=0;perimeterSpacing=0;perimeter=rectanglePerimeter;fillColor=#dae8fc;strokeColor=#6c8ebf;" value="" vertex="1">
          <mxGeometry height="25" width="145" as="geometry" />
        </mxCell>
        <mxCell id="D8R_uKjdxQ-xpHn-K95G-15" parent="D8R_uKjdxQ-xpHn-K95G-13" style="whiteSpace=wrap;html=1;container=0;dropTarget=0;portConstraint=none;fontFamily=Inter;fontSource=https%3A%2F%2Ffonts.googleapis.com%2Fcss%3Ffamily%3DInter;spacing=2;groupPadding=0;rounded=0;perimeterSpacing=0;perimeter=rectanglePerimeter;fillColor=#dae8fc;strokeColor=#6c8ebf;" value="I2C (x3)" vertex="1">
          <mxGeometry height="25" width="145" x="5" y="5" as="geometry" />
        </mxCell>
        <mxCell id="D8R_uKjdxQ-xpHn-K95G-16" connectable="0" parent="1" style="group;fontFamily=Inter;fontSource=https%3A%2F%2Ffonts.googleapis.com%2Fcss%3Ffamily%3DInter;" value="" vertex="1">
          <mxGeometry height="30" width="150" x="620" y="330" as="geometry" />
        </mxCell>
        <mxCell id="D8R_uKjdxQ-xpHn-K95G-17" parent="D8R_uKjdxQ-xpHn-K95G-16" style="whiteSpace=wrap;html=1;container=0;dropTarget=0;portConstraint=none;fontFamily=Inter;fontSource=https%3A%2F%2Ffonts.googleapis.com%2Fcss%3Ffamily%3DInter;spacing=2;groupPadding=0;rounded=0;perimeterSpacing=0;perimeter=rectanglePerimeter;fillColor=#dae8fc;strokeColor=#6c8ebf;" value="" vertex="1">
          <mxGeometry height="25" width="145" as="geometry" />
        </mxCell>
        <mxCell id="D8R_uKjdxQ-xpHn-K95G-18" parent="D8R_uKjdxQ-xpHn-K95G-16" style="whiteSpace=wrap;html=1;container=0;dropTarget=0;portConstraint=none;fontFamily=Inter;fontSource=https%3A%2F%2Ffonts.googleapis.com%2Fcss%3Ffamily%3DInter;spacing=2;groupPadding=0;rounded=0;perimeterSpacing=0;perimeter=rectanglePerimeter;fillColor=#dae8fc;strokeColor=#6c8ebf;" value="UART (x4)" vertex="1">
          <mxGeometry height="25" width="145" x="5" y="5" as="geometry" />
        </mxCell>
        <mxCell id="D8R_uKjdxQ-xpHn-K95G-19" parent="1" style="whiteSpace=wrap;html=1;container=0;dropTarget=0;portConstraint=none;fontFamily=Inter;fontSource=https%3A%2F%2Ffonts.googleapis.com%2Fcss%3Ffamily%3DInter;spacing=2;groupPadding=0;rounded=0;perimeterSpacing=0;perimeter=rectanglePerimeter;fillColor=#dae8fc;strokeColor=#6c8ebf;" value="Pattern generator" vertex="1">
          <mxGeometry height="30" width="150" x="620" y="210" as="geometry" />
        </mxCell>
        <mxCell id="D8R_uKjdxQ-xpHn-K95G-26" parent="1" style="rounded=0;whiteSpace=wrap;html=1;fontFamily=Inter;fontSource=https%3A%2F%2Ffonts.googleapis.com%2Fcss%3Ffamily%3DInter;fillColor=#dae8fc;strokeColor=#6c8ebf;" value="" vertex="1">
          <mxGeometry height="510" width="80" x="520" y="130" as="geometry" />
        </mxCell>
        <mxCell id="D8R_uKjdxQ-xpHn-K95G-27" edge="1" parent="1" style="endArrow=none;html=1;rounded=1;strokeColor=default;align=center;verticalAlign=middle;fontFamily=Inter;fontSize=11;fontColor=default;labelBackgroundColor=default;startSize=3;endSize=3;fontSource=https%3A%2F%2Ffonts.googleapis.com%2Fcss%3Ffamily%3DInter;" value="">
          <mxGeometry height="50" relative="1" width="50" as="geometry">
            <mxPoint x="590" y="630" as="sourcePoint" />
            <mxPoint x="530" y="140" as="targetPoint" />
          </mxGeometry>
        </mxCell>
        <mxCell id="D8R_uKjdxQ-xpHn-K95G-28" edge="1" parent="1" style="endArrow=none;html=1;rounded=1;strokeColor=default;align=center;verticalAlign=middle;fontFamily=Inter;fontSize=11;fontColor=default;labelBackgroundColor=default;startSize=3;endSize=3;fontSource=https%3A%2F%2Ffonts.googleapis.com%2Fcss%3Ffamily%3DInter;" value="">
          <mxGeometry height="50" relative="1" width="50" as="geometry">
            <mxPoint x="530" y="630" as="sourcePoint" />
            <mxPoint x="590" y="140" as="targetPoint" />
          </mxGeometry>
        </mxCell>
        <mxCell id="D8R_uKjdxQ-xpHn-K95G-29" parent="1" style="text;html=1;whiteSpace=wrap;strokeColor=none;fillColor=#DAE8FC;align=center;verticalAlign=middle;rounded=0;fontFamily=Inter;fontSize=12;fontColor=default;labelBackgroundColor=none;spacingBottom=0;fontSource=https%3A%2F%2Ffonts.googleapis.com%2Fcss%3Ffamily%3DInter;spacing=3;" value="Peripheral crossbar" vertex="1">
          <mxGeometry height="35" width="60" x="530" y="367.5" as="geometry" />
        </mxCell>
        <mxCell id="D8R_uKjdxQ-xpHn-K95G-31" edge="1" parent="1" style="endArrow=block;startArrow=block;html=1;rounded=1;strokeColor=default;align=center;verticalAlign=middle;fontFamily=Inter;fontSize=11;fontColor=default;labelBackgroundColor=default;startSize=3;endSize=3;startFill=1;endFill=1;entryX=0;entryY=0.545;entryDx=0;entryDy=0;entryPerimeter=0;fontSource=https%3A%2F%2Ffonts.googleapis.com%2Fcss%3Ffamily%3DInter;" value="">
          <mxGeometry height="50" relative="1" width="50" as="geometry">
            <mxPoint x="500" y="505" as="sourcePoint" />
            <mxPoint x="520" y="505" as="targetPoint" />
          </mxGeometry>
        </mxCell>
        <mxCell id="D8R_uKjdxQ-xpHn-K95G-32" edge="1" parent="1" style="endArrow=block;startArrow=block;html=1;rounded=1;strokeColor=default;align=center;verticalAlign=middle;fontFamily=Inter;fontSize=11;fontColor=default;labelBackgroundColor=default;startSize=3;endSize=3;startFill=1;endFill=1;entryX=0;entryY=0.545;entryDx=0;entryDy=0;entryPerimeter=0;fontSource=https%3A%2F%2Ffonts.googleapis.com%2Fcss%3Ffamily%3DInter;" value="">
          <mxGeometry height="50" relative="1" width="50" as="geometry">
            <mxPoint x="500" y="545" as="sourcePoint" />
            <mxPoint x="520" y="545" as="targetPoint" />
          </mxGeometry>
        </mxCell>
        <mxCell id="D8R_uKjdxQ-xpHn-K95G-33" edge="1" parent="1" style="endArrow=block;startArrow=block;html=1;rounded=1;strokeColor=default;align=center;verticalAlign=middle;fontFamily=Inter;fontSize=11;fontColor=default;labelBackgroundColor=default;startSize=3;endSize=3;startFill=1;endFill=1;entryX=0;entryY=0.545;entryDx=0;entryDy=0;entryPerimeter=0;fontSource=https%3A%2F%2Ffonts.googleapis.com%2Fcss%3Ffamily%3DInter;" value="">
          <mxGeometry height="50" relative="1" width="50" as="geometry">
            <mxPoint x="500" y="585" as="sourcePoint" />
            <mxPoint x="520" y="585" as="targetPoint" />
          </mxGeometry>
        </mxCell>
        <mxCell id="D8R_uKjdxQ-xpHn-K95G-34" parent="1" style="whiteSpace=wrap;html=1;container=0;dropTarget=0;portConstraint=none;fontFamily=Inter;fontSource=https%3A%2F%2Ffonts.googleapis.com%2Fcss%3Ffamily%3DInter;spacing=2;groupPadding=0;rounded=0;perimeterSpacing=0;perimeter=rectanglePerimeter;fillColor=#dae8fc;strokeColor=#6c8ebf;" value="Sensor controller" vertex="1">
          <mxGeometry height="30" width="150" x="620" y="610" as="geometry" />
        </mxCell>
        <mxCell id="D8R_uKjdxQ-xpHn-K95G-37" edge="1" parent="1" style="endArrow=block;startArrow=block;html=1;rounded=1;strokeColor=default;align=center;verticalAlign=middle;fontFamily=Inter;fontSize=11;fontColor=default;labelBackgroundColor=default;startSize=3;endSize=3;startFill=1;endFill=1;entryX=0;entryY=0.545;entryDx=0;entryDy=0;entryPerimeter=0;fontSource=https%3A%2F%2Ffonts.googleapis.com%2Fcss%3Ffamily%3DInter;" value="">
          <mxGeometry height="50" relative="1" width="50" as="geometry">
            <mxPoint x="600" y="625" as="sourcePoint" />
            <mxPoint x="620" y="625" as="targetPoint" />
          </mxGeometry>
        </mxCell>
        <mxCell id="y9GF8haSMmf8SIC3IKub-85" parent="1" style="verticalLabelPosition=bottom;verticalAlign=top;html=1;shape=mxgraph.basic.polygon;polyCoords=[[0.57,0.28],[0.57,0],[1,0],[1,1],[0,1],[0,0.28]];polyline=0;fontFamily=Inter;fontSize=11;fontColor=default;labelBackgroundColor=default;fillColor=none;strokeColor=#FF8000;dashed=1;polyCurves=[[],[],[],[],[]];fontSource=https%3A%2F%2Ffonts.googleapis.com%2Fcss%3Ffamily%3DInter;" value="" vertex="1">
          <mxGeometry height="335" width="440" x="340" y="385" as="geometry" />
        </mxCell>
        <mxCell id="D8R_uKjdxQ-xpHn-K95G-40" edge="1" parent="1" style="endArrow=block;startArrow=block;html=1;rounded=1;strokeColor=default;align=center;verticalAlign=middle;fontFamily=Inter;fontSize=11;fontColor=default;labelBackgroundColor=default;startSize=3;endSize=3;startFill=1;endFill=1;entryX=0;entryY=0.545;entryDx=0;entryDy=0;entryPerimeter=0;fontSource=https%3A%2F%2Ffonts.googleapis.com%2Fcss%3Ffamily%3DInter;" value="">
          <mxGeometry height="50" relative="1" width="50" as="geometry">
            <mxPoint x="500" y="455" as="sourcePoint" />
            <mxPoint x="520" y="455" as="targetPoint" />
          </mxGeometry>
        </mxCell>
        <mxCell id="D8R_uKjdxQ-xpHn-K95G-41" parent="1" style="whiteSpace=wrap;html=1;container=0;dropTarget=0;portConstraint=none;fontFamily=Inter;fontSource=https%3A%2F%2Ffonts.googleapis.com%2Fcss%3Ffamily%3DInter;spacing=2;groupPadding=0;rounded=0;perimeterSpacing=0;perimeter=rectanglePerimeter;fillColor=#dae8fc;strokeColor=#6c8ebf;" value="Life cycle controller" vertex="1">
          <mxGeometry height="30" width="150" x="350" y="440" as="geometry" />
        </mxCell>
        <mxCell id="D8R_uKjdxQ-xpHn-K95G-42" parent="1" style="rounded=0;whiteSpace=wrap;html=1;fontFamily=Inter;fontSource=https%3A%2F%2Ffonts.googleapis.com%2Fcss%3Ffamily%3DInter;fontStyle=1;align=left;verticalAlign=middle;spacingLeft=10;" value="Legend" vertex="1">
          <mxGeometry height="50" width="760" x="40" y="750" as="geometry" />
        </mxCell>
        <mxCell id="D8R_uKjdxQ-xpHn-K95G-43" parent="1" style="whiteSpace=wrap;html=1;container=0;dropTarget=0;portConstraint=none;fontFamily=Inter;fontSource=https%3A%2F%2Ffonts.googleapis.com%2Fcss%3Ffamily%3DInter;spacing=2;groupPadding=0;rounded=0;perimeterSpacing=0;perimeter=rectanglePerimeter;fillColor=#dae8fc;strokeColor=#6c8ebf;" value="IP block" vertex="1">
          <mxGeometry height="30" width="150" x="110" y="760" as="geometry" />
        </mxCell>
        <mxCell id="D8R_uKjdxQ-xpHn-K95G-44" parent="1" style="whiteSpace=wrap;html=1;container=0;dropTarget=0;portConstraint=none;fontFamily=Inter;fontSource=https%3A%2F%2Ffonts.googleapis.com%2Fcss%3Ffamily%3DInter;spacing=2;groupPadding=0;rounded=0;perimeterSpacing=0;perimeter=rectanglePerimeter;fillColor=#d5e8d4;strokeColor=#82b366;" value="Memory" vertex="1">
          <mxGeometry height="30" width="150" x="280" y="760" as="geometry" />
        </mxCell>
        <mxCell id="D8R_uKjdxQ-xpHn-K95G-52" edge="1" parent="1" style="endArrow=block;startArrow=block;html=1;rounded=1;strokeColor=default;align=center;verticalAlign=middle;fontFamily=Inter;fontSize=12;fontColor=default;labelBackgroundColor=none;startSize=3;endSize=3;startFill=1;endFill=1;fontSource=https%3A%2F%2Ffonts.googleapis.com%2Fcss%3Ffamily%3DInter;spacingBottom=10;" value="&lt;div&gt;Memory bus connection&lt;/div&gt;&lt;div&gt;&lt;br&gt;&lt;/div&gt;">
          <mxGeometry height="50" relative="1" width="50" x="-0.0037" as="geometry">
            <mxPoint as="offset" />
            <mxPoint x="620" y="785" as="sourcePoint" />
            <mxPoint x="770" y="785" as="targetPoint" />
          </mxGeometry>
        </mxCell>
        <mxCell id="D8R_uKjdxQ-xpHn-K95G-53" connectable="0" parent="1" style="group" value="" vertex="1">
          <mxGeometry height="30" width="150" x="450" y="760" as="geometry" />
        </mxCell>
        <mxCell id="D8R_uKjdxQ-xpHn-K95G-45" parent="D8R_uKjdxQ-xpHn-K95G-53" style="whiteSpace=wrap;html=1;container=0;dropTarget=0;portConstraint=none;fontFamily=Inter;fontSource=https%3A%2F%2Ffonts.googleapis.com%2Fcss%3Ffamily%3DInter;spacing=2;groupPadding=0;rounded=0;perimeterSpacing=0;perimeter=rectanglePerimeter;fillColor=#dae8fc;strokeColor=#6c8ebf;" value="" vertex="1">
          <mxGeometry height="30" width="150" as="geometry" />
        </mxCell>
        <mxCell id="D8R_uKjdxQ-xpHn-K95G-46" edge="1" parent="D8R_uKjdxQ-xpHn-K95G-53" style="endArrow=none;html=1;rounded=0;" value="">
          <mxGeometry height="50" relative="1" width="50" as="geometry">
            <mxPoint x="5" y="5" as="sourcePoint" />
            <mxPoint x="145" y="25" as="targetPoint" />
          </mxGeometry>
        </mxCell>
        <mxCell id="D8R_uKjdxQ-xpHn-K95G-47" edge="1" parent="D8R_uKjdxQ-xpHn-K95G-53" style="endArrow=none;html=1;rounded=0;" value="">
          <mxGeometry height="50" relative="1" width="50" as="geometry">
            <mxPoint x="5" y="25" as="sourcePoint" />
            <mxPoint x="145" y="5" as="targetPoint" />
          </mxGeometry>
        </mxCell>
-         <mxCell id="D8R_uKjdxQ-xpHn-K95G-48" parent="D8R_uKjdxQ-xpHn-K95G-53" style="text;html=1;whiteSpace=wrap;strokeColor=none;fillColor=none;align=center;verticalAlign=middle;rounded=0;labelBackgroundColor=light-dark(#DAE8FC,#EDEDED);fontFamily=Inter;fontSource=https%3A%2F%2Ffonts.googleapis.com%2Fcss%3Ffamily%3DInter;" value="&amp;nbsp;Crossbar&amp;nbsp;" vertex="1">
+         <mxCell id="D8R_uKjdxQ-xpHn-K95G-48" parent="D8R_uKjdxQ-xpHn-K95G-53" style="text;html=1;whiteSpace=wrap;strokeColor=none;fillColor=#dae8fc;align=center;verticalAlign=middle;rounded=0;labelBackgroundColor=none;fontFamily=Inter;fontSource=https%3A%2F%2Ffonts.googleapis.com%2Fcss%3Ffamily%3DInter;" value="&amp;nbsp;Crossbar&amp;nbsp;" vertex="1">
          <mxGeometry height="20" width="60" x="40" y="5" as="geometry" />
        </mxCell>
      </root>
    </mxGraphModel>
  </diagram>
</mxfile>
